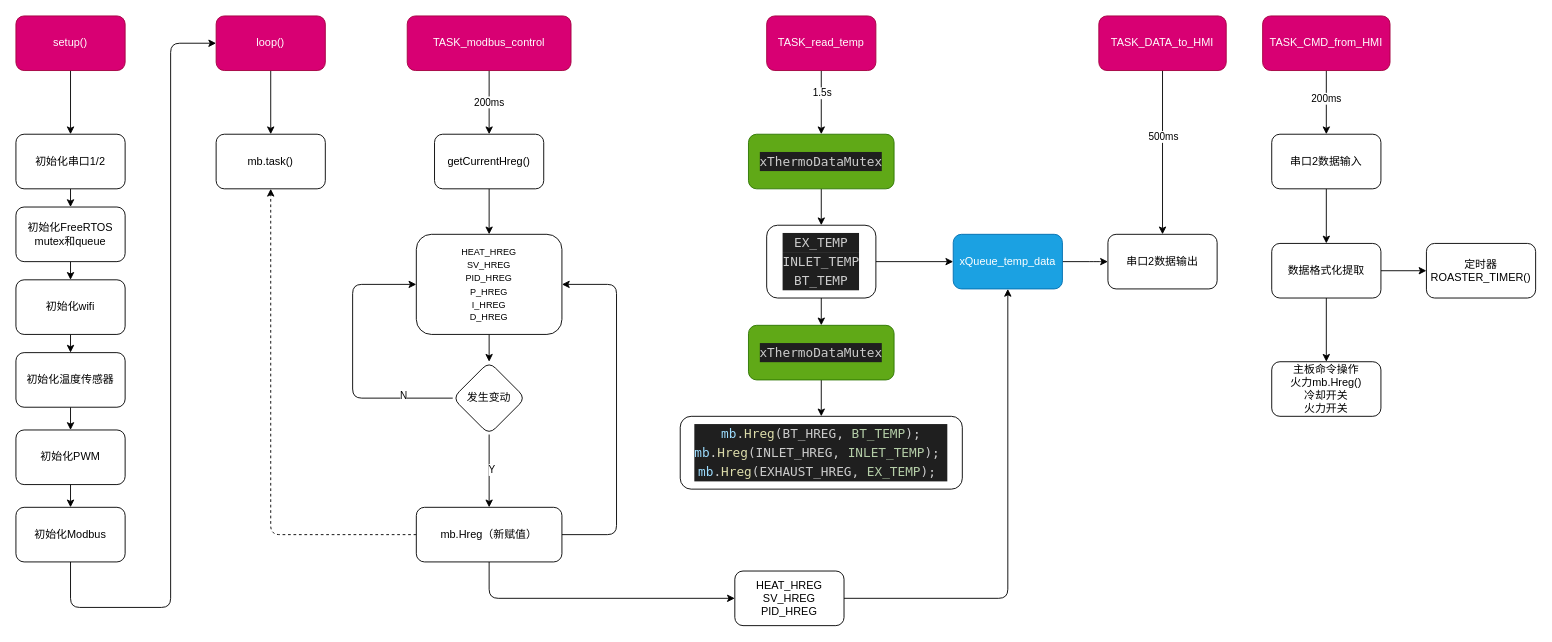
sakunamary/HB-controller keeps this draw.io diagram as HB-controller/src/flow.drawio. Above is the earlier version. Source tidied: cells renumbered, new cells numbered last; positions are measured from the earlier drawing's top-left corner, leaving out a move shared by most shapes. Both pictures are drawn from the tidied source at 91%, with x=0, y=0 at pixel (15, 15).
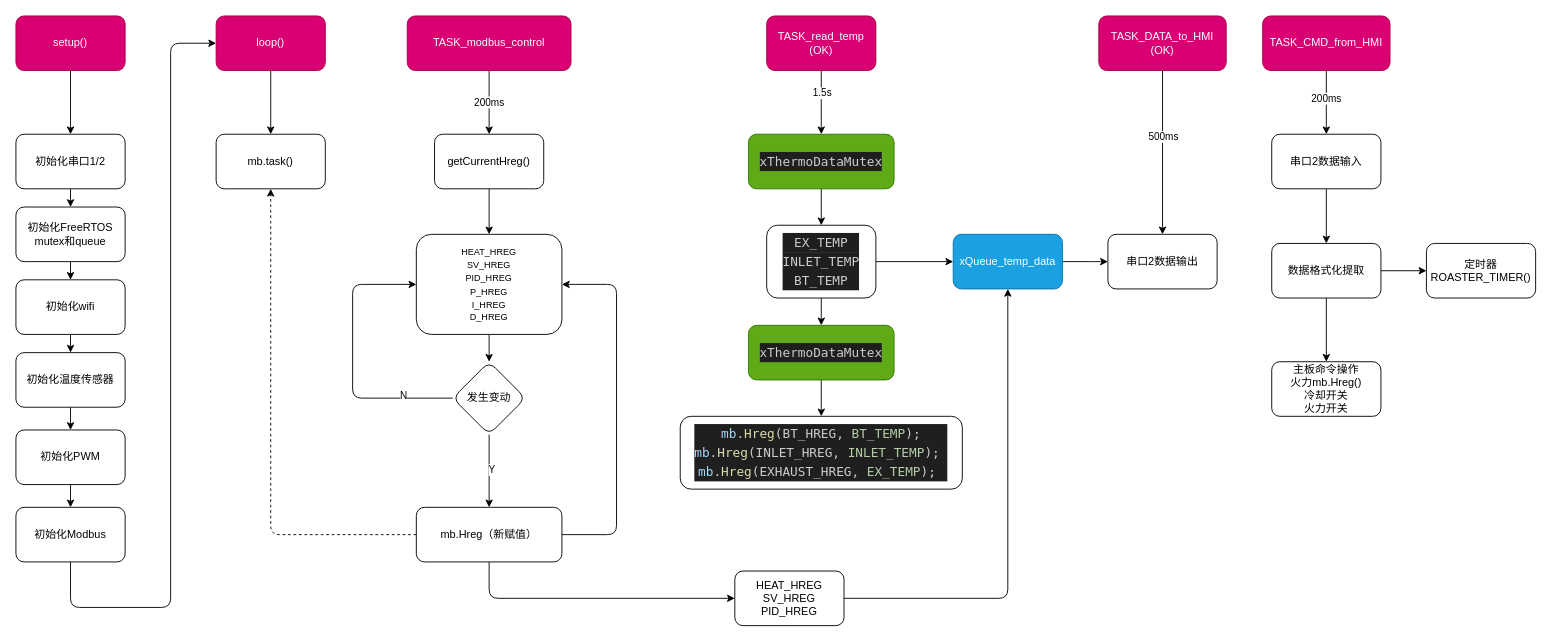
After the change.

What changed in the source:
```diff
@@
-    <mxCell id="4" value="TASK_read_temp" style="rounded=1;whiteSpace=wrap;html=1;fillColor=#d80073;fontColor=#ffffff;strokeColor=#A50040;" parent="1" vertex="1">
+    <mxCell id="4" value="TASK_read_temp&lt;br&gt;(OK)" style="rounded=1;whiteSpace=wrap;html=1;fillColor=#d80073;fontColor=#ffffff;strokeColor=#A50040;" parent="1" vertex="1">
       <mxGeometry x="825" width="120" height="60" as="geometry" />
     </mxCell>
@@
-    <mxCell id="24" value="TASK_DATA_to_HMI" style="rounded=1;whiteSpace=wrap;html=1;fillColor=#d80073;fontColor=#ffffff;strokeColor=#A50040;" parent="1" vertex="1">
+    <mxCell id="24" value="TASK_DATA_to_HMI&lt;br&gt;(OK)" style="rounded=1;whiteSpace=wrap;html=1;fillColor=#d80073;fontColor=#ffffff;strokeColor=#A50040;" parent="1" vertex="1">
       <mxGeometry x="1190" width="140" height="60" as="geometry" />
     </mxCell>
```
